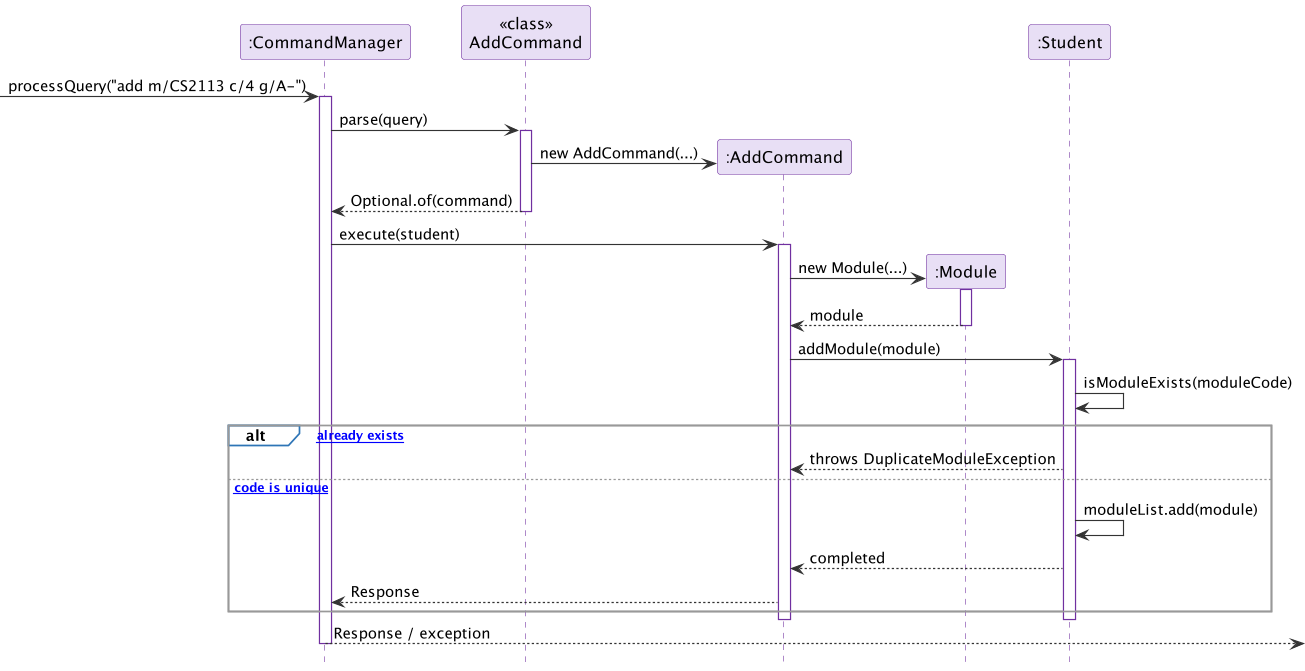
Earlier version of the PlantUML export docs/images/AddModuleSequence.png (AY2627S1-CS2113-T11-2/tp). Source of this version:
```plantuml
@startuml
!include style.puml
participant ":CommandManager" as CM
participant "<<class>>\nAddCommand" as AC
participant ":AddCommand" as A
participant ":Module" as M
participant ":Student" as S

[-> CM : processQuery("add m/CS2113 c/4 g/A-")
activate CM
CM -> AC : parse(query)
activate AC
create A
AC -> A : new AddCommand(...)
AC --> CM : Optional.of(command)
deactivate AC
CM -> A : execute(student)
activate A
create M
A -> M : new Module(...)
activate M
M --> A : module
deactivate M
A -> S : addModule(module)
activate S
S -> S : isModuleExists(moduleCode)
alt [module already exists]
  S --> A : throws DuplicateModuleException
else [module code is unique]
  S -> S : moduleList.add(module)
  S --> A : completed
  A --> CM : Response
end
deactivate S
deactivate A
CM -->] : Response / exception
deactivate CM
@enduml
```
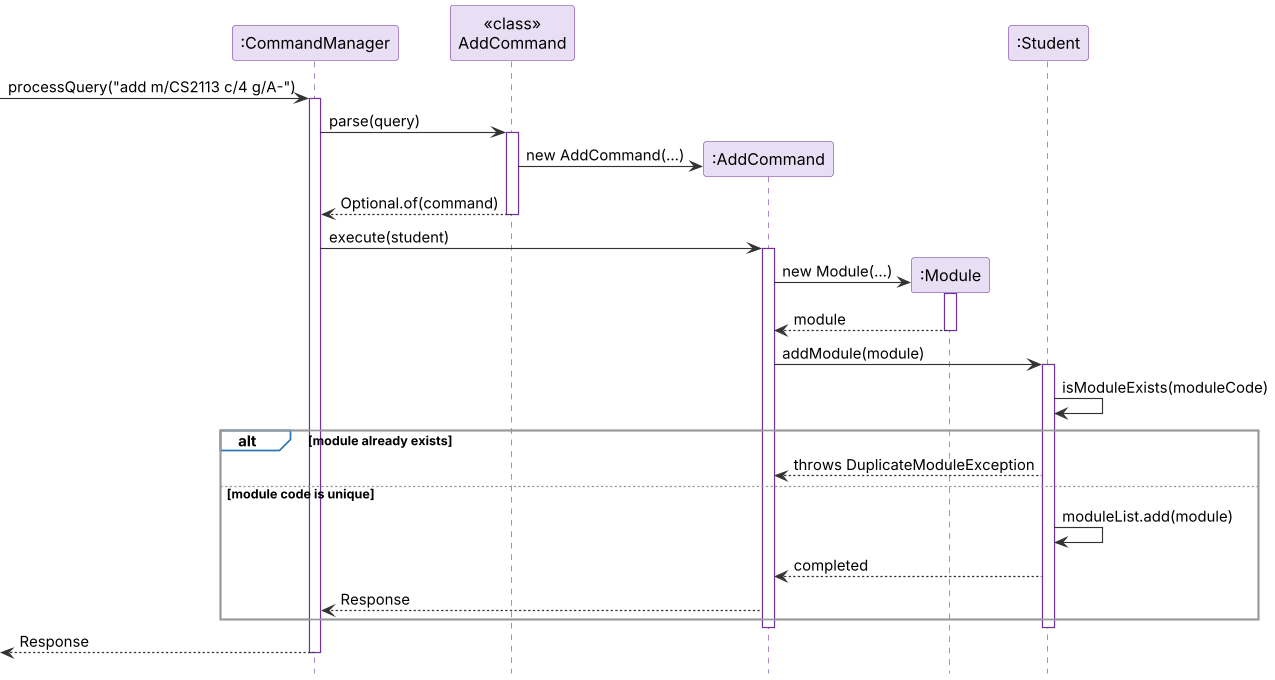
Above is the later version.

What changed in the source:
```diff
@@ -24,15 +24,15 @@
 A -> S : addModule(module)
 activate S
 S -> S : isModuleExists(moduleCode)
-alt [module already exists]
+alt module already exists
   S --> A : throws DuplicateModuleException
-else [module code is unique]
+else module code is unique
   S -> S : moduleList.add(module)
   S --> A : completed
   A --> CM : Response
 end
 deactivate S
 deactivate A
-CM -->] : Response / exception
+[<-- CM : Response
 deactivate CM
 @enduml
```
